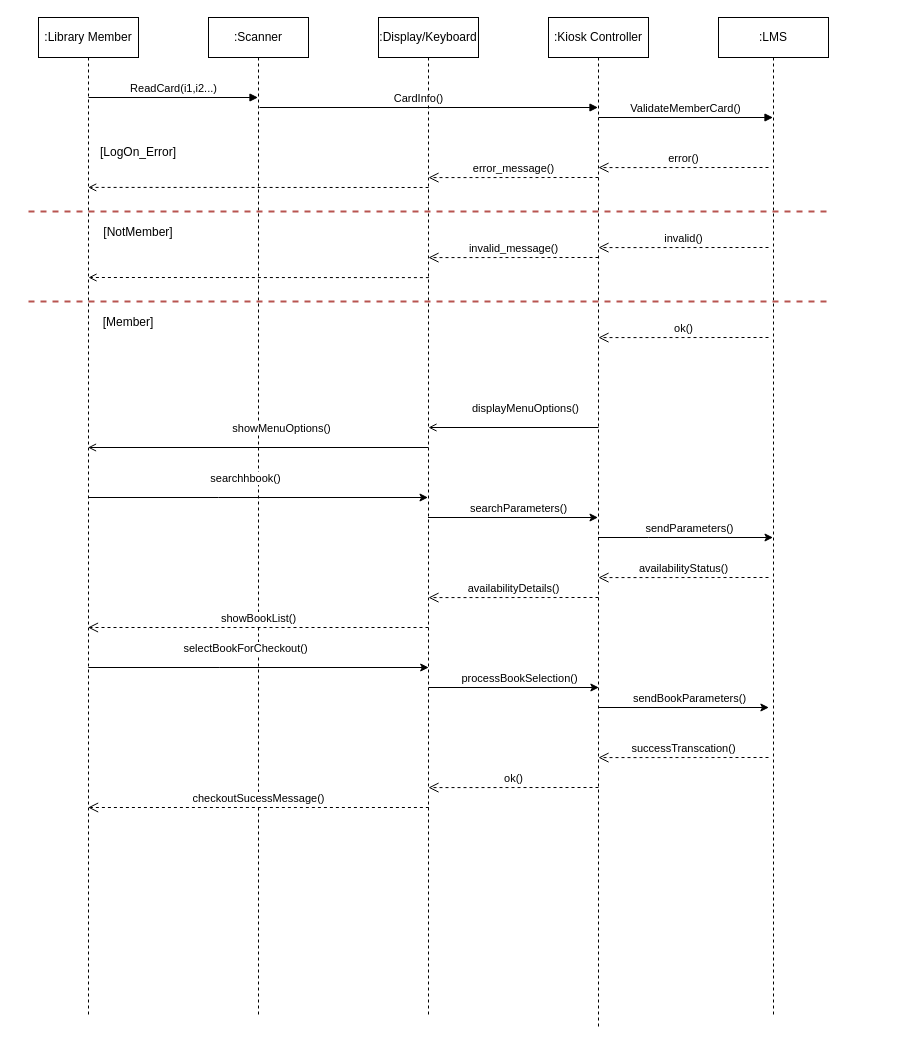
Before: Sequence.drawio in CS6359-OOAD/Assignments, a draw.io diagram. Source tidied: cells renumbered, new cells numbered last; positions are measured from the earlier drawing's top-left corner, leaving out a move shared by most shapes. Both pictures are drawn from the tidied source at 100%, with x=0, y=0 at pixel (28, 17).
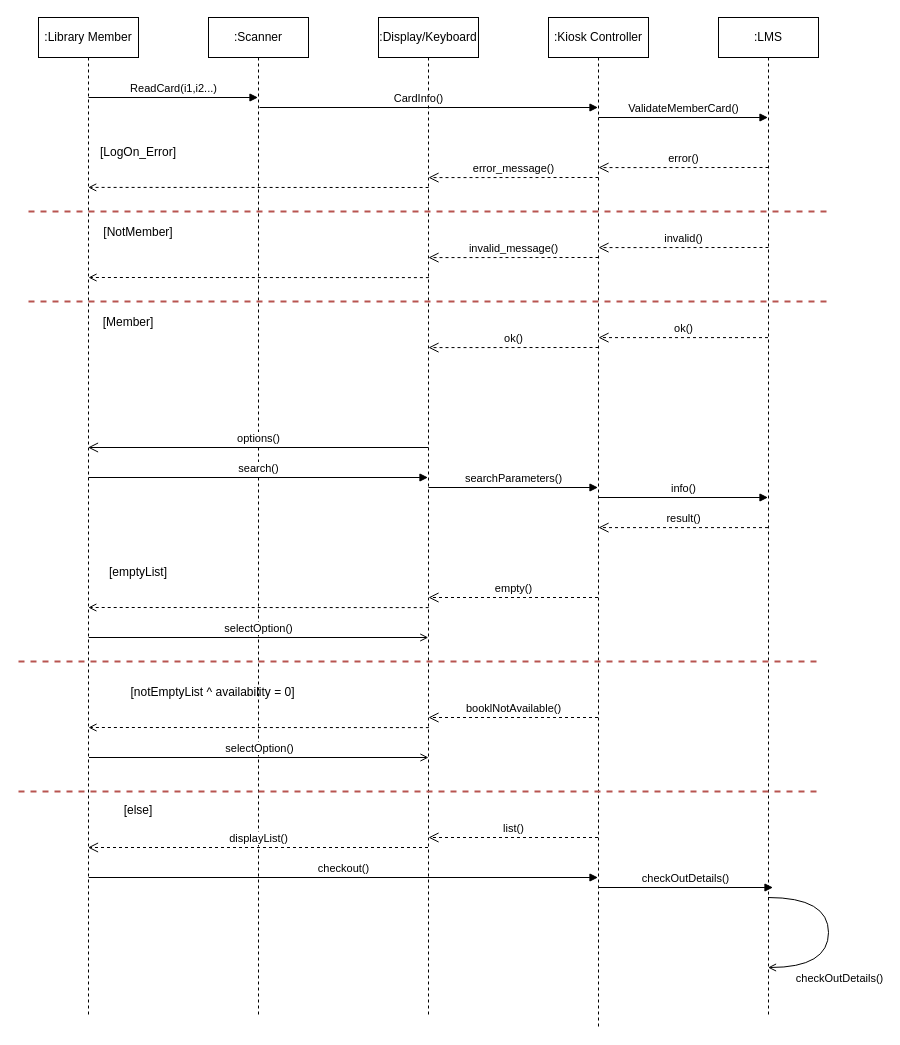
The same diagram, later.

The change refers to these unchanged cells:
```xml
<mxCell id="2" value=":Library Member" style="shape=umlLifeline;perimeter=lifelinePerimeter;whiteSpace=wrap;html=1;outlineConnect=0;" parent="1" vertex="1">
  <mxGeometry x="10" width="100" height="1000" as="geometry" />
</mxCell>
<mxCell id="3" value=":Scanner" style="shape=umlLifeline;perimeter=lifelinePerimeter;whiteSpace=wrap;html=1;outlineConnect=0;" parent="1" vertex="1">
  <mxGeometry x="180" width="100" height="1000" as="geometry" />
</mxCell>
<mxCell id="6" value=":Display/Keyboard" style="shape=umlLifeline;perimeter=lifelinePerimeter;whiteSpace=wrap;html=1;outlineConnect=0;" parent="1" vertex="1">
  <mxGeometry x="350" width="100" height="1000" as="geometry" />
</mxCell>
<mxCell id="9" value=":Kiosk Controller" style="shape=umlLifeline;perimeter=lifelinePerimeter;whiteSpace=wrap;html=1;outlineConnect=0;" parent="1" vertex="1">
  <mxGeometry x="520" width="100" height="1010" as="geometry" />
</mxCell>
```

What changed in the source:
```diff
@@
-    <mxCell id="4" style="endArrow=classic;html=1;rounded=0;" parent="3" edge="1">
-      <mxGeometry relative="1" as="geometry">
-        <mxPoint x="-120.2" y="650" as="sourcePoint" />
-        <mxPoint x="220.2" y="650" as="targetPoint" />
-        <Array as="points">
-          <mxPoint x="10.7" y="650" />
-        </Array>
-      </mxGeometry>
-    </mxCell>
-    <mxCell id="5" value="selectBookForCheckout()" style="edgeLabel;html=1;align=center;verticalAlign=middle;" parent="4" vertex="1">
-      <mxGeometry x="-0.07" y="4" relative="1" as="geometry">
-        <mxPoint x="-1" y="-16" as="offset" />
-      </mxGeometry>
-    </mxCell>
+    <mxCell id="44" value="displayList()" style="html=1;verticalAlign=bottom;endArrow=open;dashed=1;endSize=8;rounded=0;endFill=0;" parent="3" edge="1" target="2">
+      <mxGeometry relative="1" as="geometry">
+        <mxPoint x="219.5" y="830" as="sourcePoint" />
+      </mxGeometry>
+    </mxCell>
@@
-    <mxCell id="8" value="ok()" style="html=1;verticalAlign=bottom;endArrow=open;dashed=1;endSize=8;rounded=0;entryX=0.716;entryY=0.035;entryDx=0;entryDy=0;entryPerimeter=0;endFill=0;" parent="6" edge="1">
-      <mxGeometry relative="1" as="geometry">
-        <mxPoint x="220" y="770" as="sourcePoint" />
-        <mxPoint x="50" y="770.1" as="targetPoint" />
-      </mxGeometry>
-    </mxCell>
+    <mxCell id="45" value="options()" style="html=1;verticalAlign=bottom;endArrow=open;endSize=8;rounded=0;" parent="6" edge="1" target="2">
+      <mxGeometry relative="1" as="geometry">
+        <mxPoint x="50" y="430" as="sourcePoint" />
+      </mxGeometry>
+    </mxCell>
+    <mxCell id="46" value="empty()" style="html=1;verticalAlign=bottom;endArrow=open;dashed=1;endSize=8;rounded=0;entryX=0.716;entryY=0.035;entryDx=0;entryDy=0;entryPerimeter=0;endFill=0;" parent="6" edge="1">
+      <mxGeometry relative="1" as="geometry">
+        <mxPoint x="219.5" y="580" as="sourcePoint" />
+        <mxPoint x="50" y="580" as="targetPoint" />
+      </mxGeometry>
+    </mxCell>
+    <mxCell id="47" value="booklNotAvailable()" style="html=1;verticalAlign=bottom;endArrow=open;dashed=1;endSize=8;rounded=0;entryX=0.716;entryY=0.035;entryDx=0;entryDy=0;entryPerimeter=0;endFill=0;" parent="6" edge="1">
+      <mxGeometry relative="1" as="geometry">
+        <mxPoint x="219.5" y="700" as="sourcePoint" />
+        <mxPoint x="50" y="700" as="targetPoint" />
+      </mxGeometry>
+    </mxCell>
+    <mxCell id="48" value="list()" style="html=1;verticalAlign=bottom;endArrow=open;dashed=1;endSize=8;rounded=0;entryX=0.716;entryY=0.035;entryDx=0;entryDy=0;entryPerimeter=0;endFill=0;" parent="6" edge="1">
+      <mxGeometry relative="1" as="geometry">
+        <mxPoint x="219.5" y="820" as="sourcePoint" />
+        <mxPoint x="50" y="820" as="targetPoint" />
+      </mxGeometry>
+    </mxCell>
@@
+    <mxCell id="30" value="searchParameters()" style="html=1;verticalAlign=bottom;endArrow=block;rounded=0;" parent="9" edge="1">
+      <mxGeometry relative="1" as="geometry">
+        <mxPoint x="-120" y="470" as="sourcePoint" />
+        <mxPoint x="49.5" y="470" as="targetPoint" />
+      </mxGeometry>
+    </mxCell>
+    <mxCell id="49" value="info()" style="html=1;verticalAlign=bottom;endArrow=block;rounded=0;" parent="9" edge="1" target="10">
+      <mxGeometry relative="1" as="geometry">
+        <mxPoint x="50" y="480" as="sourcePoint" />
+      </mxGeometry>
+    </mxCell>
+    <mxCell id="50" value="result()" style="html=1;verticalAlign=bottom;endArrow=open;dashed=1;endSize=8;rounded=0;entryX=0.716;entryY=0.035;entryDx=0;entryDy=0;entryPerimeter=0;endFill=0;" parent="9" edge="1" source="10">
+      <mxGeometry relative="1" as="geometry">
+        <mxPoint x="50" y="510.1" as="targetPoint" />
+      </mxGeometry>
+    </mxCell>
+    <mxCell id="51" value="checkOutDetails()" style="html=1;verticalAlign=bottom;endArrow=block;rounded=0;" parent="9" edge="1">
+      <mxGeometry relative="1" as="geometry">
+        <mxPoint x="50" y="870" as="sourcePoint" />
+        <mxPoint x="224.5" y="870" as="targetPoint" />
+      </mxGeometry>
+    </mxCell>
     <mxCell id="10" value=":LMS" style="shape=umlLifeline;perimeter=lifelinePerimeter;whiteSpace=wrap;html=1;outlineConnect=0;" parent="1" vertex="1">
-      <mxGeometry x="690" width="110" height="1000" as="geometry" />
+      <mxGeometry x="690" width="100" height="1000" as="geometry" />
     </mxCell>
@@
-    <mxCell id="15" value="ok()" style="html=1;verticalAlign=bottom;endArrow=open;dashed=1;endSize=8;rounded=0;entryX=0.716;entryY=0.035;entryDx=0;entryDy=0;entryPerimeter=0;endFill=0;" parent="10" edge="1">
+    <mxCell id="15" value="ok()" style="html=1;verticalAlign=bottom;endArrow=open;dashed=1;endSize=8;rounded=0;entryX=0.716;entryY=0.035;entryDx=0;entryDy=0;entryPerimeter=0;endFill=0;" parent="10" edge="1" source="10">
       <mxGeometry relative="1" as="geometry">
-        <mxPoint x="50" y="320" as="sourcePoint" />
         <mxPoint x="-120" y="320.1" as="targetPoint" />
       </mxGeometry>
     </mxCell>
@@
-    <mxCell id="17" style="endArrow=classic;html=1;rounded=0;" parent="10" edge="1">
-      <mxGeometry relative="1" as="geometry">
-        <mxPoint x="-120" y="690" as="sourcePoint" />
-        <mxPoint x="50.4" y="690" as="targetPoint" />
-      </mxGeometry>
-    </mxCell>
-    <mxCell id="18" value="sendBookParameters()" style="edgeLabel;html=1;align=center;verticalAlign=middle;" parent="17" vertex="1">
-      <mxGeometry x="-0.54" y="-6" relative="1" as="geometry">
-        <mxPoint x="51" y="-16" as="offset" />
-      </mxGeometry>
-    </mxCell>
@@
-    <mxCell id="27" style="endArrow=classic;html=1;rounded=0;" parent="1" edge="1" source="2" target="6">
-      <mxGeometry relative="1" as="geometry">
-        <Array as="points">
-          <mxPoint x="190" y="480" />
-        </Array>
-      </mxGeometry>
-    </mxCell>
-    <mxCell id="28" value="searchhbook()" style="edgeLabel;html=1;align=center;verticalAlign=middle;" parent="27" vertex="1">
-      <mxGeometry x="-0.07" y="4" relative="1" as="geometry">
-        <mxPoint x="-1" y="-16" as="offset" />
-      </mxGeometry>
-    </mxCell>
-    <mxCell id="29" style="endArrow=classic;html=1;rounded=0;" parent="1" edge="1" source="6" target="9">
-      <mxGeometry relative="1" as="geometry" />
-    </mxCell>
-    <mxCell id="30" value="searchParameters()" style="edgeLabel;html=1;align=center;verticalAlign=middle;" parent="29" vertex="1">
-      <mxGeometry x="-0.54" y="-6" relative="1" as="geometry">
-        <mxPoint x="51" y="-16" as="offset" />
-      </mxGeometry>
-    </mxCell>
-    <mxCell id="31" style="endArrow=classic;html=1;rounded=0;" parent="1" edge="1" source="9" target="10">
-      <mxGeometry relative="1" as="geometry">
-        <Array as="points">
-          <mxPoint x="620" y="520" />
-        </Array>
-      </mxGeometry>
-    </mxCell>
-    <mxCell id="32" value="sendParameters()" style="edgeLabel;html=1;align=center;verticalAlign=middle;" parent="31" vertex="1">
-      <mxGeometry x="-0.54" y="-6" relative="1" as="geometry">
-        <mxPoint x="51" y="-16" as="offset" />
-      </mxGeometry>
-    </mxCell>
-    <mxCell id="33" value="availabilityStatus()" style="html=1;verticalAlign=bottom;endArrow=open;dashed=1;endSize=8;rounded=0;entryX=0.716;entryY=0.035;entryDx=0;entryDy=0;entryPerimeter=0;endFill=0;" parent="1" edge="1">
-      <mxGeometry relative="1" as="geometry">
-        <mxPoint x="740" y="560" as="sourcePoint" />
-        <mxPoint x="570" y="560.1" as="targetPoint" />
-      </mxGeometry>
-    </mxCell>
-    <mxCell id="34" value="availabilityDetails()" style="html=1;verticalAlign=bottom;endArrow=open;dashed=1;endSize=8;rounded=0;entryX=0.716;entryY=0.035;entryDx=0;entryDy=0;entryPerimeter=0;endFill=0;" parent="1" edge="1">
-      <mxGeometry relative="1" as="geometry">
-        <mxPoint x="570" y="580" as="sourcePoint" />
-        <mxPoint x="400" y="580.1" as="targetPoint" />
-      </mxGeometry>
-    </mxCell>
-    <mxCell id="35" value="showBookList()" style="html=1;verticalAlign=bottom;endArrow=open;dashed=1;endSize=8;rounded=0;endFill=0;" parent="1" edge="1" target="2">
-      <mxGeometry relative="1" as="geometry">
-        <mxPoint x="400" y="610" as="sourcePoint" />
-      </mxGeometry>
-    </mxCell>
-    <mxCell id="36" style="endArrow=classic;html=1;rounded=0;" parent="1" edge="1">
-      <mxGeometry relative="1" as="geometry">
-        <mxPoint x="400" y="670" as="sourcePoint" />
-        <mxPoint x="570.4" y="670" as="targetPoint" />
-      </mxGeometry>
-    </mxCell>
-    <mxCell id="37" value="processBookSelection()" style="edgeLabel;html=1;align=center;verticalAlign=middle;" parent="36" vertex="1">
-      <mxGeometry x="-0.54" y="-6" relative="1" as="geometry">
-        <mxPoint x="51" y="-16" as="offset" />
-      </mxGeometry>
-    </mxCell>
-    <mxCell id="38" value="successTranscation()" style="html=1;verticalAlign=bottom;endArrow=open;dashed=1;endSize=8;rounded=0;entryX=0.716;entryY=0.035;entryDx=0;entryDy=0;entryPerimeter=0;endFill=0;" parent="1" edge="1">
-      <mxGeometry relative="1" as="geometry">
-        <mxPoint x="740" y="740" as="sourcePoint" />
-        <mxPoint x="570" y="740.1" as="targetPoint" />
-      </mxGeometry>
-    </mxCell>
-    <mxCell id="39" value="checkoutSucessMessage()" style="html=1;verticalAlign=bottom;endArrow=open;dashed=1;endSize=8;rounded=0;endFill=0;" parent="1" edge="1">
-      <mxGeometry relative="1" as="geometry">
-        <mxPoint x="400.4" y="790" as="sourcePoint" />
-        <mxPoint x="59.6" y="790" as="targetPoint" />
-      </mxGeometry>
-    </mxCell>
-    <mxCell id="40" style="endArrow=open;html=1;rounded=0;endFill=0;" parent="1" edge="1">
-      <mxGeometry relative="1" as="geometry">
-        <mxPoint x="570" y="410" as="sourcePoint" />
-        <mxPoint x="400" y="410" as="targetPoint" />
-        <Array as="points">
-          <mxPoint x="540.5" y="410" />
-          <mxPoint x="500.5" y="410" />
-          <mxPoint x="420.5" y="410" />
-        </Array>
-      </mxGeometry>
-    </mxCell>
-    <mxCell id="41" value="displayMenuOptions()" style="edgeLabel;html=1;align=center;verticalAlign=middle;" parent="40" vertex="1">
-      <mxGeometry x="-0.13" y="1" relative="1" as="geometry">
-        <mxPoint y="-21" as="offset" />
-      </mxGeometry>
-    </mxCell>
-    <mxCell id="42" style="endArrow=open;html=1;rounded=0;endFill=0;" parent="1" edge="1" target="2">
-      <mxGeometry relative="1" as="geometry">
-        <mxPoint x="400" y="430" as="sourcePoint" />
-        <Array as="points">
-          <mxPoint x="370.5" y="430" />
-          <mxPoint x="330.5" y="430" />
-          <mxPoint x="250.5" y="430" />
-        </Array>
-      </mxGeometry>
-    </mxCell>
-    <mxCell id="43" value="showMenuOptions()" style="edgeLabel;html=1;align=center;verticalAlign=middle;" parent="42" vertex="1">
-      <mxGeometry x="-0.13" y="1" relative="1" as="geometry">
-        <mxPoint y="-21" as="offset" />
-      </mxGeometry>
-    </mxCell>
+    <mxCell id="8" value="ok()" style="html=1;verticalAlign=bottom;endArrow=open;dashed=1;endSize=8;rounded=0;entryX=0.716;entryY=0.035;entryDx=0;entryDy=0;entryPerimeter=0;endFill=0;" parent="1" edge="1">
+      <mxGeometry relative="1" as="geometry">
+        <mxPoint x="570" y="330" as="sourcePoint" />
+        <mxPoint x="400" y="330.1" as="targetPoint" />
+      </mxGeometry>
+    </mxCell>
+    <mxCell id="52" value="search()" style="html=1;verticalAlign=bottom;endArrow=block;rounded=0;" parent="1" edge="1" target="6">
+      <mxGeometry relative="1" as="geometry">
+        <mxPoint x="60" y="460" as="sourcePoint" />
+      </mxGeometry>
+    </mxCell>
+    <mxCell id="53" value="[emptyList]" style="text;html=1;strokeColor=none;fillColor=none;align=center;verticalAlign=middle;whiteSpace=wrap;rounded=0;" parent="1" vertex="1">
+      <mxGeometry x="80" y="540" width="60" height="30" as="geometry" />
+    </mxCell>
+    <mxCell id="54" style="endArrow=open;html=1;rounded=0;exitX=0.716;exitY=0.2;exitDx=0;exitDy=0;exitPerimeter=0;entryX=0.086;entryY=0.058;entryDx=0;entryDy=0;entryPerimeter=0;endFill=0;dashed=1;" parent="1" edge="1">
+      <mxGeometry relative="1" as="geometry">
+        <mxPoint x="400.2" y="590.1" as="sourcePoint" />
+        <mxPoint x="59.8" y="590" as="targetPoint" />
+      </mxGeometry>
+    </mxCell>
+    <mxCell id="55" value="selectOption()" style="html=1;verticalAlign=bottom;endArrow=open;rounded=0;endFill=0;" parent="1" edge="1">
+      <mxGeometry relative="1" as="geometry">
+        <mxPoint x="60.2" y="620" as="sourcePoint" />
+        <mxPoint x="399.8" y="620" as="targetPoint" />
+      </mxGeometry>
+    </mxCell>
+    <mxCell id="56" style="line;strokeWidth=2;fillColor=#f8cecc;align=left;verticalAlign=middle;spacingTop=-1;spacingLeft=3;spacingRight=3;labelPosition=right;dashed=1;strokeColor=#b85450;" parent="1" vertex="1">
+      <mxGeometry x="-10" y="640" width="800" height="8" as="geometry" />
+    </mxCell>
+    <mxCell id="57" value="[notEmptyList ^ availability = 0]" style="text;html=1;strokeColor=none;fillColor=none;align=center;verticalAlign=middle;whiteSpace=wrap;rounded=0;" parent="1" vertex="1">
+      <mxGeometry x="79.2" y="660" width="210.8" height="30" as="geometry" />
+    </mxCell>
+    <mxCell id="58" style="endArrow=open;html=1;rounded=0;exitX=0.716;exitY=0.2;exitDx=0;exitDy=0;exitPerimeter=0;entryX=0.086;entryY=0.058;entryDx=0;entryDy=0;entryPerimeter=0;endFill=0;dashed=1;" parent="1" edge="1">
+      <mxGeometry relative="1" as="geometry">
+        <mxPoint x="400.4" y="710.1" as="sourcePoint" />
+        <mxPoint x="60" y="710" as="targetPoint" />
+      </mxGeometry>
+    </mxCell>
+    <mxCell id="59" value="selectOption()" style="html=1;verticalAlign=bottom;endArrow=open;rounded=0;endFill=0;" parent="1" edge="1">
+      <mxGeometry relative="1" as="geometry">
+        <mxPoint x="60.5" y="740" as="sourcePoint" />
+        <mxPoint x="400" y="740" as="targetPoint" />
+      </mxGeometry>
+    </mxCell>
+    <mxCell id="60" style="line;strokeWidth=2;fillColor=#f8cecc;align=left;verticalAlign=middle;spacingTop=-1;spacingLeft=3;spacingRight=3;labelPosition=right;dashed=1;strokeColor=#b85450;" parent="1" vertex="1">
+      <mxGeometry x="-10" y="770" width="800" height="8" as="geometry" />
+    </mxCell>
+    <mxCell id="61" value="[else]" style="text;html=1;strokeColor=none;fillColor=none;align=center;verticalAlign=middle;whiteSpace=wrap;rounded=0;" parent="1" vertex="1">
+      <mxGeometry x="80" y="778" width="60" height="30" as="geometry" />
+    </mxCell>
+    <mxCell id="62" value="checkout()" style="html=1;verticalAlign=bottom;endArrow=block;rounded=0;" parent="1" edge="1" target="9">
+      <mxGeometry relative="1" as="geometry">
+        <mxPoint x="60.2" y="860" as="sourcePoint" />
+      </mxGeometry>
+    </mxCell>
+    <mxCell id="63" value="checkOutDetails()" style="html=1;verticalAlign=bottom;endArrow=open;rounded=0;endFill=0;edgeStyle=orthogonalEdgeStyle;curved=1;" parent="1" edge="1" source="10" target="10">
+      <mxGeometry x="0.37" y="22" relative="1" as="geometry">
+        <Array as="points">
+          <mxPoint x="800" y="880" />
+          <mxPoint x="800" y="950" />
+        </Array>
+        <mxPoint x="11" y="-2" as="offset" />
+      </mxGeometry>
+    </mxCell>
```
